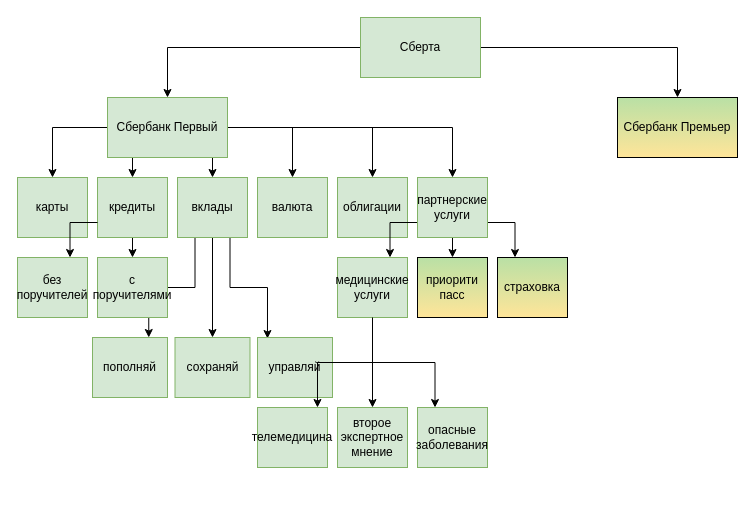
ilyamirin/NosferatuZodd keeps this draw.io diagram as storage/categories/etc/NosferatuZodd.drawio. Above is the earlier version. Source tidied: cells renumbered, new cells numbered last; positions are measured from the earlier drawing's top-left corner, leaving out a move shared by most shapes. Both pictures are drawn from the tidied source at 100%, with x=0, y=0 at pixel (17, 17).
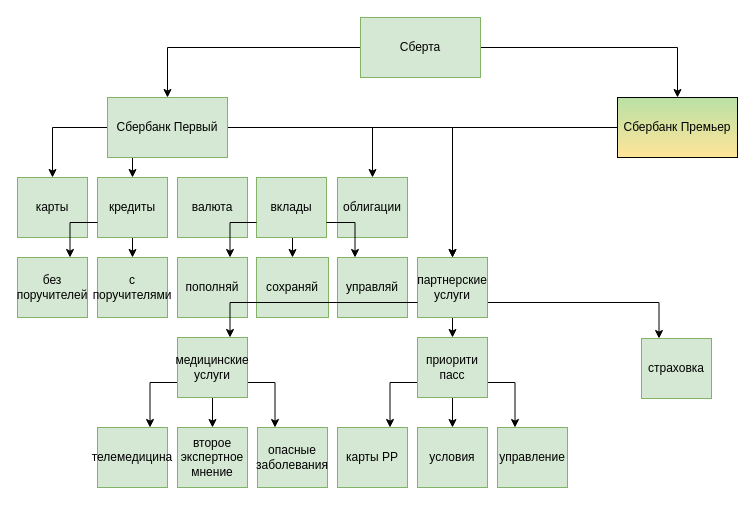
After the change.

Commit message (it also covers changes not shown here):
mod schema

Unchanged cells that the change refers to:
```xml
<mxCell id="11" value="Сбербанк Первый" style="rounded=0;whiteSpace=wrap;html=1;fillColor=#d5e8d4;strokeColor=#82b366;" parent="1" vertex="1">
  <mxGeometry x="90" y="80" width="120" height="60" as="geometry" />
</mxCell>
<mxCell id="12" value="Сбербанк Премьер" style="rounded=0;whiteSpace=wrap;html=1;fillColor=#B9E0A5;gradientColor=#FFE599;" parent="1" vertex="1">
  <mxGeometry x="600" y="80" width="120" height="60" as="geometry" />
</mxCell>
```

Diff of the diagram source:
```diff
@@
-    <mxCell id="7" style="edgeStyle=orthogonalEdgeStyle;rounded=0;jettySize=auto;html=1;exitX=1;exitY=0.5;exitDx=0;exitDy=0;" parent="1" edge="1" source="11" target="19">
-      <mxGeometry relative="1" as="geometry" />
-    </mxCell>
@@
-    <mxCell id="10" style="edgeStyle=orthogonalEdgeStyle;rounded=0;jettySize=auto;html=1;exitX=0.75;exitY=1;exitDx=0;exitDy=0;entryX=0.5;entryY=0;entryDx=0;entryDy=0;" parent="1" edge="1" source="11" target="18">
-      <mxGeometry relative="1" as="geometry" />
-    </mxCell>
@@
+    <mxCell id="41" style="edgeStyle=orthogonalEdgeStyle;rounded=0;jettySize=auto;html=1;exitX=0;exitY=0.5;exitDx=0;exitDy=0;entryX=0.5;entryY=0;entryDx=0;entryDy=0;" parent="1" edge="1" source="12" target="24">
+      <mxGeometry relative="1" as="geometry" />
+    </mxCell>
@@
-    <mxCell id="15" style="edgeStyle=orthogonalEdgeStyle;rounded=0;jettySize=auto;html=1;exitX=0.5;exitY=1;exitDx=0;exitDy=0;" parent="1" edge="1" source="18" target="30">
+    <mxCell id="15" style="edgeStyle=orthogonalEdgeStyle;rounded=0;jettySize=auto;html=1;exitX=0.5;exitY=1;exitDx=0;exitDy=0;entryX=0.5;entryY=0;entryDx=0;entryDy=0;" parent="1" edge="1" source="18" target="30">
       <mxGeometry relative="1" as="geometry" />
     </mxCell>
-    <mxCell id="16" style="edgeStyle=orthogonalEdgeStyle;rounded=0;jettySize=auto;html=1;exitX=0.25;exitY=1;exitDx=0;exitDy=0;entryX=0.75;entryY=0;entryDx=0;entryDy=0;" parent="1" edge="1" source="18" target="31">
-      <mxGeometry relative="1" as="geometry" />
-    </mxCell>
-    <mxCell id="17" style="edgeStyle=orthogonalEdgeStyle;rounded=0;jettySize=auto;html=1;exitX=0.75;exitY=1;exitDx=0;exitDy=0;entryX=0.133;entryY=0.017;entryDx=0;entryDy=0;entryPerimeter=0;" parent="1" edge="1" source="18" target="32">
-      <mxGeometry relative="1" as="geometry" />
-    </mxCell>
     <mxCell id="18" value="вклады" style="rounded=0;whiteSpace=wrap;html=1;fillColor=#d5e8d4;strokeColor=#82b366;" parent="1" vertex="1">
-      <mxGeometry x="160" y="160" width="70" height="60" as="geometry" />
+      <mxGeometry x="239" y="160" width="70" height="60" as="geometry" />
     </mxCell>
     <mxCell id="19" value="валюта" style="rounded=0;whiteSpace=wrap;html=1;fillColor=#d5e8d4;strokeColor=#82b366;" parent="1" vertex="1">
-      <mxGeometry x="240" y="160" width="70" height="60" as="geometry" />
+      <mxGeometry x="160" y="160" width="70" height="60" as="geometry" />
     </mxCell>
@@
-    <mxCell id="21" style="edgeStyle=orthogonalEdgeStyle;rounded=0;jettySize=auto;html=1;exitX=0;exitY=0.75;exitDx=0;exitDy=0;entryX=0.75;entryY=0;entryDx=0;entryDy=0;" parent="1" edge="1" source="24" target="27">
-      <mxGeometry relative="1" as="geometry" />
-    </mxCell>
@@
     <mxCell id="24" value="партнерские услуги" style="rounded=0;whiteSpace=wrap;html=1;fillColor=#d5e8d4;strokeColor=#82b366;" parent="1" vertex="1">
-      <mxGeometry x="400" y="160" width="70" height="60" as="geometry" />
+      <mxGeometry x="400" y="240" width="70" height="60" as="geometry" />
     </mxCell>
@@
+    <mxCell id="40" style="edgeStyle=orthogonalEdgeStyle;rounded=0;jettySize=auto;html=1;exitX=0;exitY=0.75;exitDx=0;exitDy=0;entryX=0.75;entryY=0;entryDx=0;entryDy=0;" parent="1" edge="1" source="27" target="37">
+      <mxGeometry relative="1" as="geometry" />
+    </mxCell>
-    <mxCell id="26" style="edgeStyle=orthogonalEdgeStyle;rounded=0;jettySize=auto;html=1;exitX=0.5;exitY=1;exitDx=0;exitDy=0;entryX=0.25;entryY=0;entryDx=0;entryDy=0;" parent="1" edge="1" source="27" target="39">
+    <mxCell id="26" style="edgeStyle=orthogonalEdgeStyle;rounded=0;jettySize=auto;html=1;exitX=1;exitY=0.75;exitDx=0;exitDy=0;entryX=0.25;entryY=0;entryDx=0;entryDy=0;" parent="1" edge="1" source="27" target="39">
       <mxGeometry relative="1" as="geometry" />
     </mxCell>
     <mxCell id="27" value="медицинские услуги" style="rounded=0;whiteSpace=wrap;html=1;fillColor=#d5e8d4;strokeColor=#82b366;" parent="1" vertex="1">
-      <mxGeometry x="320" y="240" width="70" height="60" as="geometry" />
+      <mxGeometry x="160" y="320" width="70" height="60" as="geometry" />
     </mxCell>
@@
     <mxCell id="30" value="сохраняй" style="rounded=0;whiteSpace=wrap;html=1;fillColor=#d5e8d4;strokeColor=#82b366;" parent="1" vertex="1">
-      <mxGeometry x="157.5" y="320" width="75" height="60" as="geometry" />
+      <mxGeometry x="239" y="240" width="72" height="60" as="geometry" />
     </mxCell>
     <mxCell id="31" value="пополняй" style="rounded=0;whiteSpace=wrap;html=1;fillColor=#d5e8d4;strokeColor=#82b366;" parent="1" vertex="1">
-      <mxGeometry x="75" y="320" width="75" height="60" as="geometry" />
+      <mxGeometry x="160" y="240" width="70" height="60" as="geometry" />
     </mxCell>
     <mxCell id="32" value="управляй" style="rounded=0;whiteSpace=wrap;html=1;fillColor=#d5e8d4;strokeColor=#82b366;" parent="1" vertex="1">
-      <mxGeometry x="240" y="320" width="75" height="60" as="geometry" />
+      <mxGeometry x="320" y="240" width="70" height="60" as="geometry" />
     </mxCell>
@@
-    <mxCell id="35" value="страховка" style="rounded=0;whiteSpace=wrap;html=1;fillColor=#B9E0A5;gradientColor=#FFE599;" parent="1" vertex="1">
-      <mxGeometry x="480" y="240" width="70" height="60" as="geometry" />
+    <mxCell id="35" value="страховка" style="rounded=0;whiteSpace=wrap;html=1;fillColor=#d5e8d4;strokeColor=#82b366;" parent="1" vertex="1">
+      <mxGeometry x="624" y="321" width="70" height="60" as="geometry" />
     </mxCell>
+    <mxCell id="42" style="edgeStyle=orthogonalEdgeStyle;rounded=0;jettySize=auto;html=1;exitX=0;exitY=0.75;exitDx=0;exitDy=0;entryX=0.75;entryY=0;entryDx=0;entryDy=0;" parent="1" edge="1" source="36" target="45">
+      <mxGeometry relative="1" as="geometry" />
+    </mxCell>
+    <mxCell id="43" style="edgeStyle=orthogonalEdgeStyle;rounded=0;jettySize=auto;html=1;exitX=0.5;exitY=1;exitDx=0;exitDy=0;entryX=0.5;entryY=0;entryDx=0;entryDy=0;" parent="1" edge="1" source="36" target="46">
+      <mxGeometry relative="1" as="geometry" />
+    </mxCell>
+    <mxCell id="44" style="edgeStyle=orthogonalEdgeStyle;rounded=0;jettySize=auto;html=1;exitX=1;exitY=0.75;exitDx=0;exitDy=0;entryX=0.25;entryY=0;entryDx=0;entryDy=0;" parent="1" edge="1" source="36" target="47">
+      <mxGeometry relative="1" as="geometry" />
+    </mxCell>
-    <mxCell id="36" value="приорити пасс" style="rounded=0;whiteSpace=wrap;html=1;fillColor=#B9E0A5;gradientColor=#FFE599;" parent="1" vertex="1">
-      <mxGeometry x="400" y="240" width="70" height="60" as="geometry" />
+    <mxCell id="36" value="приорити пасс" style="rounded=0;whiteSpace=wrap;html=1;fillColor=#d5e8d4;strokeColor=#82b366;" parent="1" vertex="1">
+      <mxGeometry x="400" y="320" width="70" height="60" as="geometry" />
     </mxCell>
     <mxCell id="37" value="телемедицина" style="rounded=0;whiteSpace=wrap;html=1;fillColor=#d5e8d4;strokeColor=#82b366;" parent="1" vertex="1">
-      <mxGeometry x="240" y="390" width="70" height="60" as="geometry" />
+      <mxGeometry x="80" y="410" width="70" height="60" as="geometry" />
     </mxCell>
     <mxCell id="38" value="второе экспертное мнение" style="rounded=0;whiteSpace=wrap;html=1;fillColor=#d5e8d4;strokeColor=#82b366;" parent="1" vertex="1">
-      <mxGeometry x="320" y="390" width="70" height="60" as="geometry" />
+      <mxGeometry x="160" y="410" width="70" height="60" as="geometry" />
     </mxCell>
     <mxCell id="39" value="опасные заболевания" style="rounded=0;whiteSpace=wrap;html=1;fillColor=#d5e8d4;strokeColor=#82b366;" parent="1" vertex="1">
-      <mxGeometry x="400" y="390" width="70" height="60" as="geometry" />
+      <mxGeometry x="240" y="410" width="70" height="60" as="geometry" />
     </mxCell>
-    <mxCell id="40" style="edgeStyle=orthogonalEdgeStyle;rounded=0;jettySize=auto;html=1;exitX=0.5;exitY=1;exitDx=0;exitDy=0;entryX=0.857;entryY=0;entryDx=0;entryDy=0;entryPerimeter=0;" parent="1" edge="1" source="27" target="37">
-      <mxGeometry relative="1" as="geometry" />
-    </mxCell>
+    <mxCell id="17" style="edgeStyle=orthogonalEdgeStyle;rounded=0;jettySize=auto;html=1;exitX=1;exitY=0.75;exitDx=0;exitDy=0;entryX=0.25;entryY=0;entryDx=0;entryDy=0;" parent="1" edge="1" source="18" target="32">
+      <mxGeometry relative="1" as="geometry" />
+    </mxCell>
+    <mxCell id="16" style="edgeStyle=orthogonalEdgeStyle;rounded=0;jettySize=auto;html=1;exitX=0;exitY=0.75;exitDx=0;exitDy=0;entryX=0.75;entryY=0;entryDx=0;entryDy=0;" parent="1" edge="1" source="18" target="31">
+      <mxGeometry relative="1" as="geometry" />
+    </mxCell>
+    <mxCell id="45" value="карты PP" style="rounded=0;whiteSpace=wrap;html=1;fillColor=#d5e8d4;strokeColor=#82b366;" parent="1" vertex="1">
+      <mxGeometry x="320" y="410" width="70" height="60" as="geometry" />
+    </mxCell>
+    <mxCell id="46" value="условия" style="rounded=0;whiteSpace=wrap;html=1;fillColor=#d5e8d4;strokeColor=#82b366;" parent="1" vertex="1">
+      <mxGeometry x="400" y="410" width="70" height="60" as="geometry" />
+    </mxCell>
+    <mxCell id="47" value="управление" style="rounded=0;whiteSpace=wrap;html=1;fillColor=#d5e8d4;strokeColor=#82b366;" parent="1" vertex="1">
+      <mxGeometry x="480" y="410" width="70" height="60" as="geometry" />
+    </mxCell>
+    <mxCell id="21" style="edgeStyle=orthogonalEdgeStyle;rounded=0;jettySize=auto;html=1;exitX=0;exitY=0.75;exitDx=0;exitDy=0;entryX=0.75;entryY=0;entryDx=0;entryDy=0;" parent="1" edge="1" source="24" target="27">
+      <mxGeometry relative="1" as="geometry" />
+    </mxCell>
```
